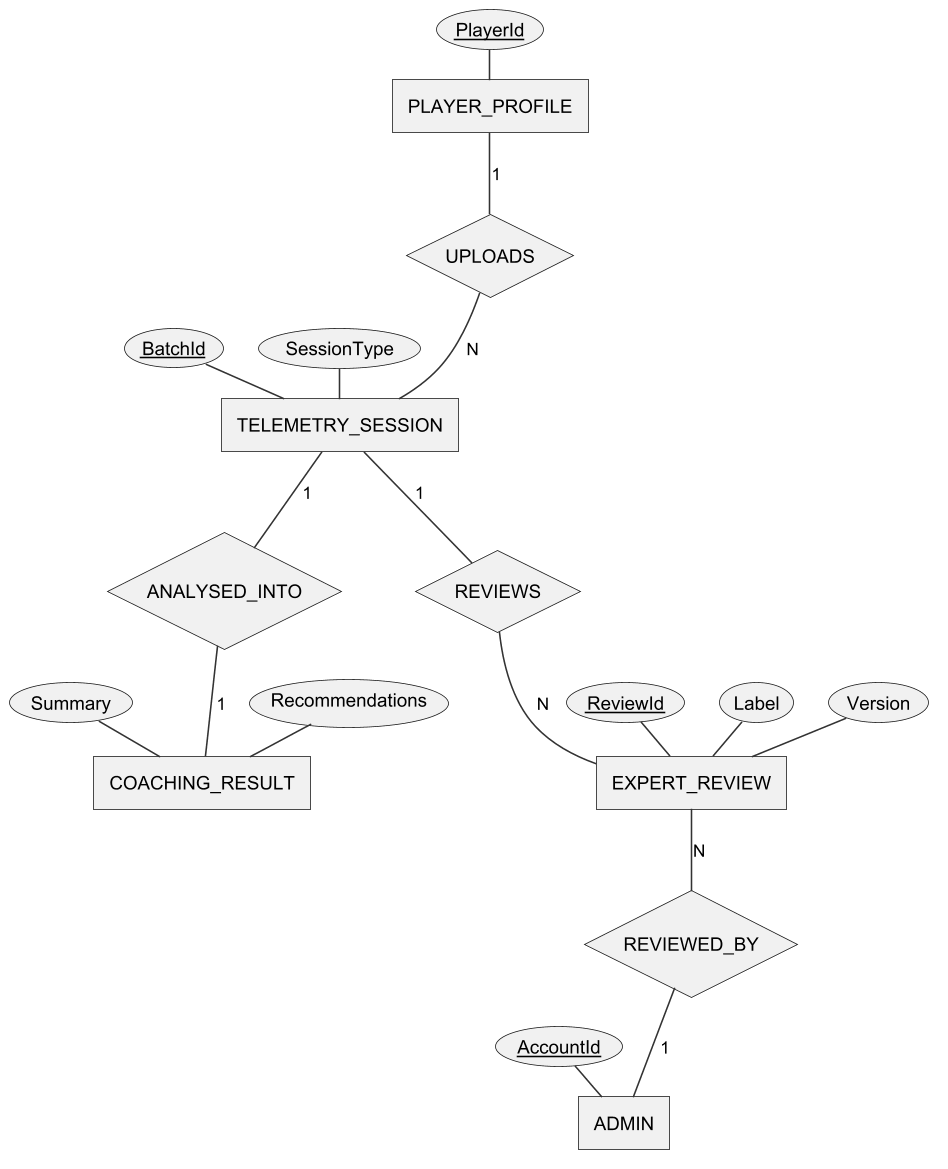
Tad-Min/PickleVerse keeps this PlantUML diagram as Doc/Project_report/Report/diagrams/png/r3_cerd_coaching.png. Above is the earlier version.
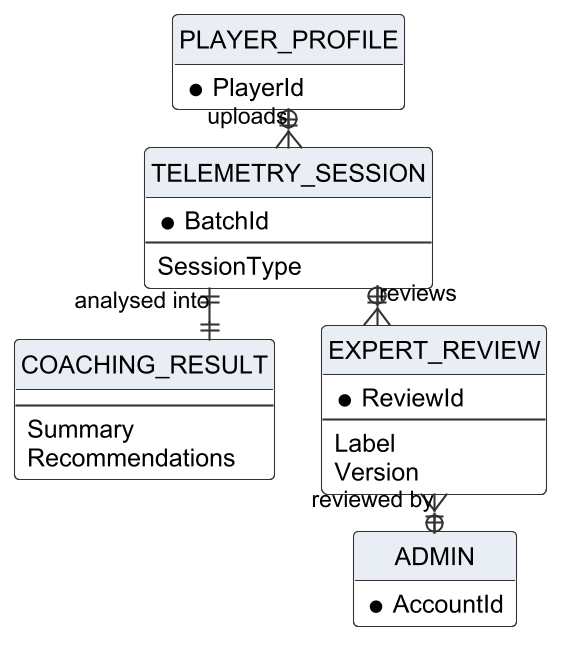
After the change.

Change to the diagram source:
```diff
@@ -1,40 +1,34 @@
-@startchen r3_cerd_coaching
+@startuml r3_cerd_coaching
 !include _style.iuml
+hide circle
+hide empty members
+skinparam linetype ortho
 skinparam ranksep 18
 skinparam nodesep 22
-entity PLAYER_PROFILE {
-  PlayerId <<key>>
+entity "PLAYER_PROFILE" as PLAYER_PROFILE {
+  * PlayerId
 }
-entity TELEMETRY_SESSION {
-  BatchId <<key>>
+entity "TELEMETRY_SESSION" as TELEMETRY_SESSION {
+  * BatchId
+  --
   SessionType
 }
-entity COACHING_RESULT {
+entity "COACHING_RESULT" as COACHING_RESULT {
+  --
   Summary
   Recommendations
 }
-entity EXPERT_REVIEW {
-  ReviewId <<key>>
+entity "EXPERT_REVIEW" as EXPERT_REVIEW {
+  * ReviewId
+  --
   Label
   Version
 }
-entity ADMIN {
-  AccountId <<key>>
+entity "ADMIN" as ADMIN {
+  * AccountId
 }
-relationship UPLOADS {
-}
-relationship ANALYSED_INTO {
-}
-relationship REVIEWS {
-}
-relationship REVIEWED_BY {
-}
-PLAYER_PROFILE -1- UPLOADS
-UPLOADS -N- TELEMETRY_SESSION
-TELEMETRY_SESSION -1- ANALYSED_INTO
-ANALYSED_INTO -1- COACHING_RESULT
-TELEMETRY_SESSION -1- REVIEWS
-REVIEWS -N- EXPERT_REVIEW
-EXPERT_REVIEW -N- REVIEWED_BY
-REVIEWED_BY -1- ADMIN
-@endchen
+PLAYER_PROFILE ||--o{ TELEMETRY_SESSION : "uploads"
+TELEMETRY_SESSION ||--|| COACHING_RESULT : "analysed into"
+TELEMETRY_SESSION ||--o{ EXPERT_REVIEW : "reviews"
+EXPERT_REVIEW }o--|| ADMIN : "reviewed by"
+@enduml
```
